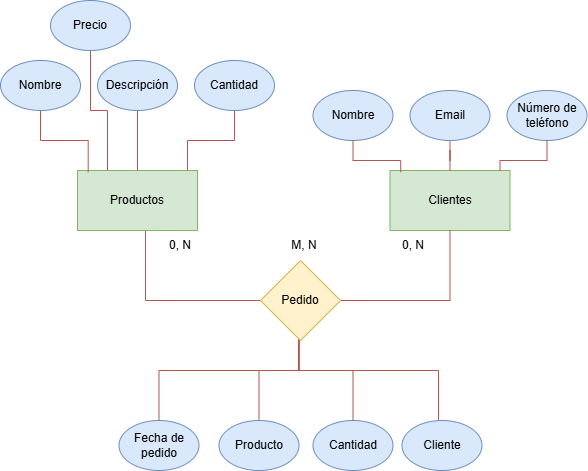
This is db/design/sheet01/ex02/Ex02-Tienda_online.png from miguel20241/bootcamp_java, a draw.io export, as it was before one commit. Source tidied: cells renumbered, new cells last; positions are measured from the earlier drawing's top-left corner, leaving out a move shared by most shapes. Its diagram source:
```xml
<mxGraphModel background="#FFFFFF">
  <root>
    <mxCell id="0" />
    <mxCell id="1" parent="0" />
    <mxCell id="2" value="Productos" style="rounded=0;whiteSpace=wrap;html=1;fillColor=#d5e8d4;strokeColor=#82b366;" parent="1" vertex="1">
      <mxGeometry x="77" y="170" width="120" height="60" as="geometry" />
    </mxCell>
    <mxCell id="3" style="edgeStyle=orthogonalEdgeStyle;rounded=0;jettySize=auto;html=1;endArrow=none;endFill=0;fillColor=#f8cecc;strokeColor=#b85450;" parent="1" edge="1" source="4" target="2">
      <mxGeometry relative="1" as="geometry" />
    </mxCell>
    <mxCell id="4" value="Descripción" style="ellipse;whiteSpace=wrap;html=1;fillColor=#dae8fc;strokeColor=#6c8ebf;" parent="1" vertex="1">
      <mxGeometry x="97" y="60" width="80" height="50" as="geometry" />
    </mxCell>
    <mxCell id="5" style="edgeStyle=orthogonalEdgeStyle;rounded=0;jettySize=auto;html=1;entryX=0.25;entryY=0;entryDx=0;entryDy=0;endArrow=none;endFill=0;fillColor=#f8cecc;strokeColor=#b85450;" parent="1" edge="1" source="6" target="2">
      <mxGeometry relative="1" as="geometry" />
    </mxCell>
    <mxCell id="6" value="Precio" style="ellipse;whiteSpace=wrap;html=1;fillColor=#dae8fc;strokeColor=#6c8ebf;" parent="1" vertex="1">
      <mxGeometry x="50" width="80" height="50" as="geometry" />
    </mxCell>
    <mxCell id="7" value="Cantidad" style="ellipse;whiteSpace=wrap;html=1;fillColor=#dae8fc;strokeColor=#6c8ebf;" parent="1" vertex="1">
      <mxGeometry x="194" y="60" width="80" height="50" as="geometry" />
    </mxCell>
    <mxCell id="8" value="Nombre" style="ellipse;whiteSpace=wrap;html=1;fillColor=#dae8fc;strokeColor=#6c8ebf;" parent="1" vertex="1">
      <mxGeometry y="60" width="80" height="50" as="geometry" />
    </mxCell>
    <mxCell id="9" style="edgeStyle=orthogonalEdgeStyle;rounded=0;jettySize=auto;html=1;entryX=0.089;entryY=0.028;entryDx=0;entryDy=0;entryPerimeter=0;endArrow=none;endFill=0;fillColor=#f8cecc;strokeColor=#b85450;" parent="1" edge="1" source="8" target="2">
      <mxGeometry relative="1" as="geometry" />
    </mxCell>
    <mxCell id="10" style="edgeStyle=orthogonalEdgeStyle;rounded=0;jettySize=auto;html=1;entryX=0.917;entryY=0;entryDx=0;entryDy=0;entryPerimeter=0;endArrow=none;endFill=0;fillColor=#f8cecc;strokeColor=#b85450;" parent="1" edge="1" source="7" target="2">
      <mxGeometry relative="1" as="geometry" />
    </mxCell>
    <mxCell id="11" value="Clientes" style="rounded=0;whiteSpace=wrap;html=1;fillColor=#d5e8d4;strokeColor=#82b366;" parent="1" vertex="1">
      <mxGeometry x="389.5" y="170" width="120" height="60" as="geometry" />
    </mxCell>
    <mxCell id="12" style="edgeStyle=orthogonalEdgeStyle;rounded=0;jettySize=auto;html=1;endArrow=none;endFill=0;fillColor=#f8cecc;strokeColor=#b85450;" parent="1" edge="1" source="13" target="11">
      <mxGeometry relative="1" as="geometry" />
    </mxCell>
    <mxCell id="13" value="Email" style="ellipse;whiteSpace=wrap;html=1;fillColor=#dae8fc;strokeColor=#6c8ebf;" parent="1" vertex="1">
      <mxGeometry x="409.5" y="90" width="80" height="50" as="geometry" />
    </mxCell>
    <mxCell id="14" value="Número de teléfono" style="ellipse;whiteSpace=wrap;html=1;fillColor=#dae8fc;strokeColor=#6c8ebf;" parent="1" vertex="1">
      <mxGeometry x="506.5" y="90" width="80" height="50" as="geometry" />
    </mxCell>
    <mxCell id="15" value="Nombre" style="ellipse;whiteSpace=wrap;html=1;fillColor=#dae8fc;strokeColor=#6c8ebf;" parent="1" vertex="1">
      <mxGeometry x="312.5" y="90" width="80" height="50" as="geometry" />
    </mxCell>
    <mxCell id="16" style="edgeStyle=orthogonalEdgeStyle;rounded=0;jettySize=auto;html=1;entryX=0.089;entryY=0.028;entryDx=0;entryDy=0;entryPerimeter=0;endArrow=none;endFill=0;fillColor=#f8cecc;strokeColor=#b85450;" parent="1" edge="1" source="15" target="11">
      <mxGeometry relative="1" as="geometry" />
    </mxCell>
    <mxCell id="17" style="edgeStyle=orthogonalEdgeStyle;rounded=0;jettySize=auto;html=1;entryX=0.917;entryY=0;entryDx=0;entryDy=0;entryPerimeter=0;endArrow=none;endFill=0;fillColor=#f8cecc;strokeColor=#b85450;" parent="1" edge="1" source="14" target="11">
      <mxGeometry relative="1" as="geometry" />
    </mxCell>
    <mxCell id="18" style="edgeStyle=orthogonalEdgeStyle;rounded=0;jettySize=auto;html=1;entryX=0.567;entryY=1.009;entryDx=0;entryDy=0;exitX=0;exitY=0.5;exitDx=0;exitDy=0;endArrow=none;endFill=0;fillColor=#f8cecc;strokeColor=#b85450;entryPerimeter=0;" parent="1" edge="1" source="30" target="2">
      <mxGeometry relative="1" as="geometry" />
    </mxCell>
    <mxCell id="19" style="edgeStyle=orthogonalEdgeStyle;rounded=0;jettySize=auto;html=1;endArrow=none;endFill=0;fillColor=#f8cecc;strokeColor=#b85450;exitX=1;exitY=0.5;exitDx=0;exitDy=0;entryX=0.5;entryY=1;entryDx=0;entryDy=0;" parent="1" edge="1" source="30" target="11">
      <mxGeometry relative="1" as="geometry" />
    </mxCell>
    <mxCell id="20" style="edgeStyle=orthogonalEdgeStyle;rounded=0;jettySize=auto;html=1;endArrow=none;endFill=0;fillColor=#f8cecc;strokeColor=#b85450;entryX=0.5;entryY=1;entryDx=0;entryDy=0;" parent="1" edge="1" source="21">
      <mxGeometry relative="1" as="geometry">
        <mxPoint x="298.5" y="290" as="targetPoint" />
        <Array as="points">
          <mxPoint x="258.5" y="370" />
          <mxPoint x="298.5" y="370" />
        </Array>
      </mxGeometry>
    </mxCell>
    <mxCell id="21" value="Producto" style="ellipse;whiteSpace=wrap;html=1;fillColor=#dae8fc;strokeColor=#6c8ebf;" parent="1" vertex="1">
      <mxGeometry x="218.5" y="420" width="80" height="50" as="geometry" />
    </mxCell>
    <mxCell id="22" value="Cantidad" style="ellipse;whiteSpace=wrap;html=1;fillColor=#dae8fc;strokeColor=#6c8ebf;" parent="1" vertex="1">
      <mxGeometry x="312.5" y="420" width="80" height="50" as="geometry" />
    </mxCell>
    <mxCell id="23" value="Fecha de pedido" style="ellipse;whiteSpace=wrap;html=1;fillColor=#dae8fc;strokeColor=#6c8ebf;" parent="1" vertex="1">
      <mxGeometry x="118.5" y="420" width="80" height="50" as="geometry" />
    </mxCell>
    <mxCell id="24" style="edgeStyle=orthogonalEdgeStyle;rounded=0;jettySize=auto;html=1;endArrow=none;endFill=0;fillColor=#f8cecc;strokeColor=#b85450;" parent="1" edge="1" source="23">
      <mxGeometry relative="1" as="geometry">
        <mxPoint x="298.5" y="290" as="targetPoint" />
        <Array as="points">
          <mxPoint x="158.5" y="370" />
          <mxPoint x="298.5" y="370" />
        </Array>
      </mxGeometry>
    </mxCell>
    <mxCell id="25" style="edgeStyle=orthogonalEdgeStyle;rounded=0;jettySize=auto;html=1;entryX=0.5;entryY=1;entryDx=0;entryDy=0;endArrow=none;endFill=0;fillColor=#f8cecc;strokeColor=#b85450;" parent="1" edge="1" source="22">
      <mxGeometry relative="1" as="geometry">
        <mxPoint x="298.5" y="290" as="targetPoint" />
        <Array as="points">
          <mxPoint x="352.5" y="370" />
          <mxPoint x="298.5" y="370" />
        </Array>
      </mxGeometry>
    </mxCell>
    <mxCell id="26" value="0, N" style="text;html=1;align=center;verticalAlign=middle;whiteSpace=wrap;rounded=0;" parent="1" vertex="1">
      <mxGeometry x="150" y="230" width="60" height="30" as="geometry" />
    </mxCell>
    <mxCell id="27" value="0, N" style="text;html=1;align=center;verticalAlign=middle;whiteSpace=wrap;rounded=0;" parent="1" vertex="1">
      <mxGeometry x="382.5" y="230" width="60" height="30" as="geometry" />
    </mxCell>
    <mxCell id="28" style="edgeStyle=orthogonalEdgeStyle;rounded=0;jettySize=auto;html=1;entryX=0.5;entryY=1;entryDx=0;entryDy=0;endArrow=none;endFill=0;fillColor=#f8cecc;strokeColor=#b85450;" parent="1" edge="1" source="29" target="30">
      <mxGeometry relative="1" as="geometry">
        <Array as="points">
          <mxPoint x="438" y="370" />
          <mxPoint x="298" y="370" />
          <mxPoint x="298" y="340" />
        </Array>
      </mxGeometry>
    </mxCell>
    <mxCell id="29" value="Cliente" style="ellipse;whiteSpace=wrap;html=1;fillColor=#dae8fc;strokeColor=#6c8ebf;" parent="1" vertex="1">
      <mxGeometry x="401.5" y="420" width="80" height="50" as="geometry" />
    </mxCell>
    <mxCell id="30" value="Pedido" style="rhombus;whiteSpace=wrap;html=1;fillColor=#fff2cc;strokeColor=#d6b656;" parent="1" vertex="1">
      <mxGeometry x="260" y="260" width="80" height="80" as="geometry" />
    </mxCell>
    <mxCell id="31" value="M, N" style="text;html=1;align=center;verticalAlign=middle;whiteSpace=wrap;rounded=0;" parent="1" vertex="1">
      <mxGeometry x="274" y="230" width="60" height="30" as="geometry" />
    </mxCell>
  </root>
</mxGraphModel>
```
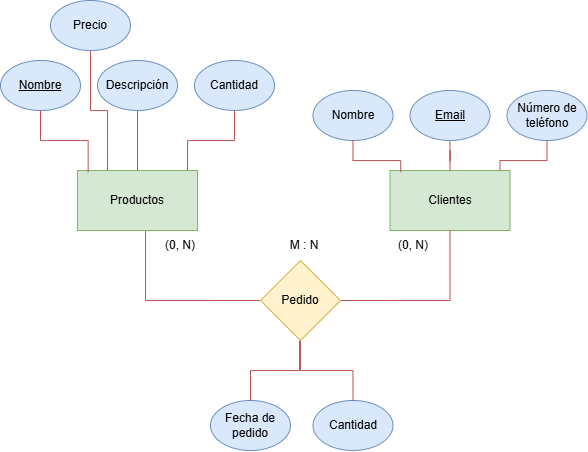
The same file after the commit.

The edit, as a diff of the source:
```diff
@@ -20,7 +20,7 @@
     <mxCell id="7" value="Cantidad" style="ellipse;whiteSpace=wrap;html=1;fillColor=#dae8fc;strokeColor=#6c8ebf;" parent="1" vertex="1">
       <mxGeometry x="194" y="60" width="80" height="50" as="geometry" />
     </mxCell>
-    <mxCell id="8" value="Nombre" style="ellipse;whiteSpace=wrap;html=1;fillColor=#dae8fc;strokeColor=#6c8ebf;" parent="1" vertex="1">
+    <mxCell id="8" value="Nombre" style="ellipse;whiteSpace=wrap;html=1;fillColor=#dae8fc;strokeColor=#6c8ebf;fontStyle=4;" parent="1" vertex="1">
       <mxGeometry y="60" width="80" height="50" as="geometry" />
     </mxCell>
     <mxCell id="9" style="edgeStyle=orthogonalEdgeStyle;rounded=0;jettySize=auto;html=1;entryX=0.089;entryY=0.028;entryDx=0;entryDy=0;entryPerimeter=0;endArrow=none;endFill=0;fillColor=#f8cecc;strokeColor=#b85450;" parent="1" edge="1" source="8" target="2">
@@ -35,7 +35,7 @@
     <mxCell id="12" style="edgeStyle=orthogonalEdgeStyle;rounded=0;jettySize=auto;html=1;endArrow=none;endFill=0;fillColor=#f8cecc;strokeColor=#b85450;" parent="1" edge="1" source="13" target="11">
       <mxGeometry relative="1" as="geometry" />
     </mxCell>
-    <mxCell id="13" value="Email" style="ellipse;whiteSpace=wrap;html=1;fillColor=#dae8fc;strokeColor=#6c8ebf;" parent="1" vertex="1">
+    <mxCell id="13" value="Email" style="ellipse;whiteSpace=wrap;html=1;fillColor=#dae8fc;strokeColor=#6c8ebf;fontStyle=4;" parent="1" vertex="1">
       <mxGeometry x="409.5" y="90" width="80" height="50" as="geometry" />
     </mxCell>
     <mxCell id="14" value="Número de teléfono" style="ellipse;whiteSpace=wrap;html=1;fillColor=#dae8fc;strokeColor=#6c8ebf;" parent="1" vertex="1">
@@ -56,64 +56,39 @@
     <mxCell id="19" style="edgeStyle=orthogonalEdgeStyle;rounded=0;jettySize=auto;html=1;endArrow=none;endFill=0;fillColor=#f8cecc;strokeColor=#b85450;exitX=1;exitY=0.5;exitDx=0;exitDy=0;entryX=0.5;entryY=1;entryDx=0;entryDy=0;" parent="1" edge="1" source="30" target="11">
       <mxGeometry relative="1" as="geometry" />
     </mxCell>
-    <mxCell id="20" style="edgeStyle=orthogonalEdgeStyle;rounded=0;jettySize=auto;html=1;endArrow=none;endFill=0;fillColor=#f8cecc;strokeColor=#b85450;entryX=0.5;entryY=1;entryDx=0;entryDy=0;" parent="1" edge="1" source="21">
-      <mxGeometry relative="1" as="geometry">
-        <mxPoint x="298.5" y="290" as="targetPoint" />
-        <Array as="points">
-          <mxPoint x="258.5" y="370" />
-          <mxPoint x="298.5" y="370" />
-        </Array>
-      </mxGeometry>
-    </mxCell>
-    <mxCell id="21" value="Producto" style="ellipse;whiteSpace=wrap;html=1;fillColor=#dae8fc;strokeColor=#6c8ebf;" parent="1" vertex="1">
-      <mxGeometry x="218.5" y="420" width="80" height="50" as="geometry" />
-    </mxCell>
     <mxCell id="22" value="Cantidad" style="ellipse;whiteSpace=wrap;html=1;fillColor=#dae8fc;strokeColor=#6c8ebf;" parent="1" vertex="1">
-      <mxGeometry x="312.5" y="420" width="80" height="50" as="geometry" />
+      <mxGeometry x="312.5" y="400" width="80" height="50" as="geometry" />
     </mxCell>
     <mxCell id="23" value="Fecha de pedido" style="ellipse;whiteSpace=wrap;html=1;fillColor=#dae8fc;strokeColor=#6c8ebf;" parent="1" vertex="1">
-      <mxGeometry x="118.5" y="420" width="80" height="50" as="geometry" />
+      <mxGeometry x="210" y="400" width="80" height="50" as="geometry" />
     </mxCell>
-    <mxCell id="24" style="edgeStyle=orthogonalEdgeStyle;rounded=0;jettySize=auto;html=1;endArrow=none;endFill=0;fillColor=#f8cecc;strokeColor=#b85450;" parent="1" edge="1" source="23">
+    <mxCell id="24" style="edgeStyle=orthogonalEdgeStyle;rounded=0;jettySize=auto;html=1;endArrow=none;endFill=0;fillColor=#f8cecc;strokeColor=#b85450;exitX=0.5;exitY=0;exitDx=0;exitDy=0;entryX=0.5;entryY=1;entryDx=0;entryDy=0;" parent="1" edge="1" source="23" target="30">
       <mxGeometry relative="1" as="geometry">
-        <mxPoint x="298.5" y="290" as="targetPoint" />
         <Array as="points">
-          <mxPoint x="158.5" y="370" />
-          <mxPoint x="298.5" y="370" />
+          <mxPoint x="250" y="370" />
+          <mxPoint x="299" y="370" />
+          <mxPoint x="299" y="340" />
         </Array>
       </mxGeometry>
     </mxCell>
-    <mxCell id="25" style="edgeStyle=orthogonalEdgeStyle;rounded=0;jettySize=auto;html=1;entryX=0.5;entryY=1;entryDx=0;entryDy=0;endArrow=none;endFill=0;fillColor=#f8cecc;strokeColor=#b85450;" parent="1" edge="1" source="22">
+    <mxCell id="25" style="edgeStyle=orthogonalEdgeStyle;rounded=0;jettySize=auto;html=1;entryX=0.5;entryY=1;entryDx=0;entryDy=0;endArrow=none;endFill=0;fillColor=#f8cecc;strokeColor=#b85450;exitX=0.5;exitY=0;exitDx=0;exitDy=0;" parent="1" edge="1" source="22" target="30">
       <mxGeometry relative="1" as="geometry">
-        <mxPoint x="298.5" y="290" as="targetPoint" />
         <Array as="points">
-          <mxPoint x="352.5" y="370" />
-          <mxPoint x="298.5" y="370" />
+          <mxPoint x="353" y="370" />
+          <mxPoint x="300" y="370" />
         </Array>
       </mxGeometry>
     </mxCell>
-    <mxCell id="26" value="0, N" style="text;html=1;align=center;verticalAlign=middle;whiteSpace=wrap;rounded=0;" parent="1" vertex="1">
+    <mxCell id="26" value="(0, N)" style="text;html=1;align=center;verticalAlign=middle;whiteSpace=wrap;rounded=0;" parent="1" vertex="1">
       <mxGeometry x="150" y="230" width="60" height="30" as="geometry" />
     </mxCell>
-    <mxCell id="27" value="0, N" style="text;html=1;align=center;verticalAlign=middle;whiteSpace=wrap;rounded=0;" parent="1" vertex="1">
+    <mxCell id="27" value="(0, N)" style="text;html=1;align=center;verticalAlign=middle;whiteSpace=wrap;rounded=0;" parent="1" vertex="1">
       <mxGeometry x="382.5" y="230" width="60" height="30" as="geometry" />
     </mxCell>
-    <mxCell id="28" style="edgeStyle=orthogonalEdgeStyle;rounded=0;jettySize=auto;html=1;entryX=0.5;entryY=1;entryDx=0;entryDy=0;endArrow=none;endFill=0;fillColor=#f8cecc;strokeColor=#b85450;" parent="1" edge="1" source="29" target="30">
-      <mxGeometry relative="1" as="geometry">
-        <Array as="points">
-          <mxPoint x="438" y="370" />
-          <mxPoint x="298" y="370" />
-          <mxPoint x="298" y="340" />
-        </Array>
-      </mxGeometry>
-    </mxCell>
-    <mxCell id="29" value="Cliente" style="ellipse;whiteSpace=wrap;html=1;fillColor=#dae8fc;strokeColor=#6c8ebf;" parent="1" vertex="1">
-      <mxGeometry x="401.5" y="420" width="80" height="50" as="geometry" />
-    </mxCell>
     <mxCell id="30" value="Pedido" style="rhombus;whiteSpace=wrap;html=1;fillColor=#fff2cc;strokeColor=#d6b656;" parent="1" vertex="1">
       <mxGeometry x="260" y="260" width="80" height="80" as="geometry" />
     </mxCell>
-    <mxCell id="31" value="M, N" style="text;html=1;align=center;verticalAlign=middle;whiteSpace=wrap;rounded=0;" parent="1" vertex="1">
+    <mxCell id="31" value="M : N" style="text;html=1;align=center;verticalAlign=middle;whiteSpace=wrap;rounded=0;" parent="1" vertex="1">
       <mxGeometry x="274" y="230" width="60" height="30" as="geometry" />
     </mxCell>
   </root>
```
